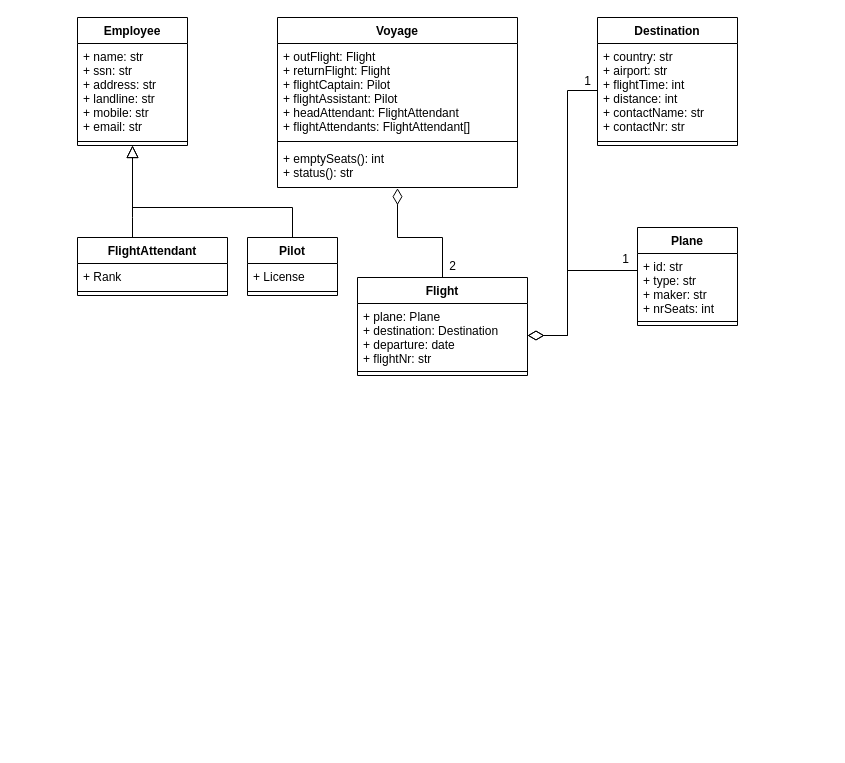
This is greining/klasarit/klasarit.drawio from ornstrange/VLN1, a draw.io file, before an edit. Source tidied: cells renumbered, new cells numbered last; positions are measured from the earlier drawing's top-left corner, leaving out a move shared by most shapes. Both pictures are drawn from the tidied source at 100%, with x=0, y=0 at pixel (77, 17).
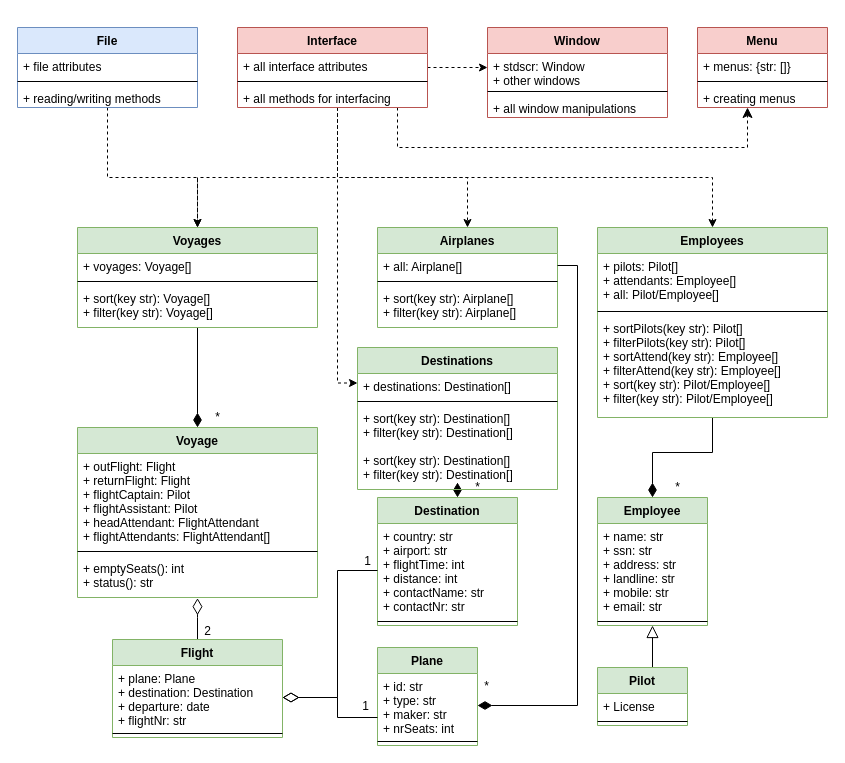
The same page after the edit.

The change refers to these unchanged cells:
```xml
<mxCell id="15" value="+ plane: Plane&#10;+ destination: Destination&#10;+ departure: date&#10;+ flightNr: str" style="text;strokeColor=none;fillColor=none;align=left;verticalAlign=top;spacingLeft=4;spacingRight=4;overflow=hidden;points=[[0,0.5],[1,0.5]];portConstraint=eastwest;" parent="14" vertex="1">
  <mxGeometry y="26" width="170" height="64" as="geometry" />
</mxCell>
<mxCell id="18" value="+ id: str&#10;+ type: str&#10;+ maker: str&#10;+ nrSeats: int" style="text;strokeColor=none;fillColor=none;align=left;verticalAlign=top;spacingLeft=4;spacingRight=4;overflow=hidden;points=[[0,0.5],[1,0.5]];portConstraint=eastwest;" parent="17" vertex="1">
  <mxGeometry y="26" width="100" height="64" as="geometry" />
</mxCell>
<mxCell id="21" value="+ country: str&#10;+ airport: str&#10;+ flightTime: int&#10;+ distance: int&#10;+ contactName: str&#10;+ contactNr: str" style="text;strokeColor=none;fillColor=none;align=left;verticalAlign=top;spacingLeft=4;spacingRight=4;overflow=hidden;points=[[0,0.5],[1,0.5]];portConstraint=eastwest;" parent="20" vertex="1">
  <mxGeometry y="26" width="140" height="94" as="geometry" />
</mxCell>
<mxCell id="31" value="+ emptySeats(): int&#10;+ status(): str" style="text;strokeColor=none;fillColor=none;align=left;verticalAlign=top;spacingLeft=4;spacingRight=4;overflow=hidden;points=[[0,0.5],[1,0.5]];portConstraint=eastwest;" parent="28" vertex="1">
  <mxGeometry y="128" width="240" height="42" as="geometry" />
</mxCell>
```

Change to the diagram source:
```diff
@@
-    <mxCell id="2" value="Employee" style="swimlane;fontStyle=1;align=center;verticalAlign=top;horizontal=1;startSize=26;" parent="1" vertex="1">
-      <mxGeometry width="110" height="128" as="geometry" />
+    <mxCell id="2" value="Employee" style="swimlane;fontStyle=1;align=center;verticalAlign=top;horizontal=1;startSize=26;fillColor=#d5e8d4;strokeColor=#82b366;swimlaneFillColor=none;shadow=0;comic=0;glass=0;rounded=0;" parent="1" vertex="1">
+      <mxGeometry x="520" y="480" width="110" height="128" as="geometry" />
     </mxCell>
@@
     <mxCell id="5" style="edgeStyle=orthogonalEdgeStyle;rounded=0;jettySize=auto;html=1;exitX=0.5;exitY=0;exitDx=0;exitDy=0;entryX=0.5;entryY=1;entryDx=0;entryDy=0;endArrow=block;endFill=0;endSize=10;" parent="1" edge="1" source="6" target="2">
       <mxGeometry relative="1" as="geometry">
         <Array as="points">
-          <mxPoint x="215" y="190" />
-          <mxPoint x="55" y="190" />
+          <mxPoint x="575" y="670" />
+          <mxPoint x="575" y="670" />
         </Array>
       </mxGeometry>
     </mxCell>
-    <mxCell id="6" value="Pilot" style="swimlane;fontStyle=1;align=center;verticalAlign=top;horizontal=1;startSize=26;" parent="1" vertex="1">
-      <mxGeometry x="170" y="220" width="90" height="58" as="geometry" />
+    <mxCell id="6" value="Pilot" style="swimlane;fontStyle=1;align=center;verticalAlign=top;horizontal=1;startSize=26;fillColor=#d5e8d4;strokeColor=#82b366;swimlaneFillColor=none;shadow=0;comic=0;glass=0;rounded=0;" parent="1" vertex="1">
+      <mxGeometry x="520" y="650" width="90" height="58" as="geometry" />
     </mxCell>
@@
-    <mxCell id="9" style="edgeStyle=orthogonalEdgeStyle;rounded=0;jettySize=auto;html=1;entryX=0.5;entryY=1;entryDx=0;entryDy=0;endArrow=block;endFill=0;endSize=10;" parent="1" edge="1" source="10" target="2">
-      <mxGeometry relative="1" as="geometry">
-        <Array as="points">
-          <mxPoint x="55" y="200" />
-          <mxPoint x="55" y="200" />
-        </Array>
-      </mxGeometry>
-    </mxCell>
-    <mxCell id="10" value="FlightAttendant" style="swimlane;fontStyle=1;align=center;verticalAlign=top;horizontal=1;startSize=26;" parent="1" vertex="1">
-      <mxGeometry y="220" width="150" height="58" as="geometry" />
-    </mxCell>
-    <mxCell id="11" value="+ Rank" style="text;strokeColor=none;fillColor=none;align=left;verticalAlign=top;spacingLeft=4;spacingRight=4;overflow=hidden;" parent="10" vertex="1">
-      <mxGeometry y="26" width="150" height="24" as="geometry" />
-    </mxCell>
-    <mxCell id="12" style="line;strokeWidth=1;fillColor=none;align=left;verticalAlign=middle;spacingTop=-1;spacingLeft=3;spacingRight=3;labelPosition=right;" parent="10" vertex="1">
-      <mxGeometry y="50" width="150" height="8" as="geometry" />
-    </mxCell>
     <mxCell id="13" style="edgeStyle=orthogonalEdgeStyle;rounded=0;jettySize=auto;html=1;entryX=0.5;entryY=1.016;entryDx=0;entryDy=0;endArrow=diamondThin;endFill=0;endSize=14;entryPerimeter=0;" parent="1" edge="1" source="14" target="31">
-      <mxGeometry relative="1" as="geometry" />
+      <mxGeometry relative="1" as="geometry">
+        <Array as="points">
+          <mxPoint x="120" y="600" />
+          <mxPoint x="120" y="600" />
+        </Array>
+      </mxGeometry>
     </mxCell>
-    <mxCell id="14" value="Flight" style="swimlane;fontStyle=1;align=center;verticalAlign=top;horizontal=1;startSize=26;" parent="1" vertex="1">
-      <mxGeometry x="280" y="260" width="170" height="98" as="geometry" />
+    <mxCell id="14" value="Flight" style="swimlane;fontStyle=1;align=center;verticalAlign=top;horizontal=1;startSize=26;fillColor=#d5e8d4;strokeColor=#82b366;swimlaneFillColor=none;shadow=0;comic=0;glass=0;rounded=0;" parent="1" vertex="1">
+      <mxGeometry x="35" y="622" width="170" height="98" as="geometry" />
     </mxCell>
@@
-    <mxCell id="17" value="Plane" style="swimlane;fontStyle=1;align=center;verticalAlign=top;horizontal=1;startSize=26;" parent="1" vertex="1">
-      <mxGeometry x="560" y="210" width="100" height="98" as="geometry" />
+    <mxCell id="17" value="Plane" style="swimlane;fontStyle=1;align=center;verticalAlign=top;horizontal=1;startSize=26;fillColor=#d5e8d4;strokeColor=#82b366;swimlaneFillColor=none;shadow=0;comic=0;glass=0;rounded=0;" parent="1" vertex="1">
+      <mxGeometry x="300" y="630" width="100" height="98" as="geometry" />
     </mxCell>
@@
-    <mxCell id="20" value="Destination" style="swimlane;fontStyle=1;align=center;verticalAlign=top;horizontal=1;startSize=26;" parent="1" vertex="1">
-      <mxGeometry x="520" width="140" height="128" as="geometry" />
+    <mxCell id="20" value="Destination" style="swimlane;fontStyle=1;align=center;verticalAlign=top;horizontal=1;startSize=26;fillColor=#d5e8d4;strokeColor=#82b366;swimlaneFillColor=none;shadow=0;comic=0;glass=0;rounded=0;" parent="1" vertex="1">
+      <mxGeometry x="300" y="480" width="140" height="128" as="geometry" />
     </mxCell>
@@
-    <mxCell id="23" style="edgeStyle=orthogonalEdgeStyle;rounded=0;jettySize=auto;html=1;endArrow=diamondThin;endFill=0;endSize=14;" parent="1" edge="1" source="21">
+    <mxCell id="23" style="edgeStyle=orthogonalEdgeStyle;rounded=0;jettySize=auto;html=1;endArrow=diamondThin;endFill=0;endSize=14;entryX=1;entryY=0.5;entryDx=0;entryDy=0;" parent="1" edge="1" source="21" target="15">
       <mxGeometry relative="1" as="geometry">
-        <mxPoint x="450" y="318" as="targetPoint" />
         <Array as="points">
-          <mxPoint x="490" y="73" />
-          <mxPoint x="490" y="318" />
+          <mxPoint x="260" y="553" />
+          <mxPoint x="260" y="680" />
         </Array>
       </mxGeometry>
     </mxCell>
     <mxCell id="24" style="edgeStyle=orthogonalEdgeStyle;rounded=0;jettySize=auto;html=1;endArrow=diamondThin;endFill=0;endSize=14;entryX=1;entryY=0.5;entryDx=0;entryDy=0;" parent="1" edge="1" source="18" target="15">
       <mxGeometry relative="1" as="geometry">
         <Array as="points">
-          <mxPoint x="490" y="253" />
-          <mxPoint x="490" y="318" />
+          <mxPoint x="260" y="700" />
+          <mxPoint x="260" y="680" />
         </Array>
       </mxGeometry>
     </mxCell>
     <mxCell id="25" value="2" style="text;html=1;align=center;verticalAlign=middle;" parent="1" vertex="1">
-      <mxGeometry x="365" y="239" width="20" height="20" as="geometry" />
+      <mxGeometry x="120" y="604" width="20" height="20" as="geometry" />
     </mxCell>
     <mxCell id="26" value="1" style="text;html=1;align=center;verticalAlign=middle;" parent="1" vertex="1">
-      <mxGeometry x="538" y="232" width="20" height="20" as="geometry" />
+      <mxGeometry x="278" y="679" width="20" height="20" as="geometry" />
     </mxCell>
     <mxCell id="27" value="1" style="text;html=1;align=center;verticalAlign=middle;" parent="1" vertex="1">
-      <mxGeometry x="500" y="54" width="20" height="20" as="geometry" />
+      <mxGeometry x="280" y="534" width="20" height="20" as="geometry" />
     </mxCell>
-    <mxCell id="28" value="Voyage" style="swimlane;fontStyle=1;align=center;verticalAlign=top;horizontal=1;startSize=26;strokeColor=#000000;" parent="1" vertex="1">
-      <mxGeometry x="200" width="240" height="170" as="geometry" />
+    <mxCell id="28" value="Voyage" style="swimlane;fontStyle=1;align=center;verticalAlign=top;horizontal=1;startSize=26;strokeColor=#82b366;fillColor=#d5e8d4;swimlaneFillColor=none;shadow=0;comic=0;glass=0;rounded=0;" parent="1" vertex="1">
+      <mxGeometry y="410" width="240" height="170" as="geometry" />
     </mxCell>
@@
+    <mxCell id="32" style="edgeStyle=orthogonalEdgeStyle;rounded=0;jettySize=auto;html=1;endArrow=diamondThin;endFill=1;endSize=12;" parent="1" edge="1" source="33" target="28">
+      <mxGeometry relative="1" as="geometry">
+        <Array as="points">
+          <mxPoint x="120" y="565" />
+        </Array>
+      </mxGeometry>
+    </mxCell>
+    <mxCell id="33" value="Voyages" style="swimlane;fontStyle=1;align=center;verticalAlign=top;horizontal=1;startSize=26;strokeColor=#82b366;fillColor=#d5e8d4;swimlaneFillColor=none;shadow=0;comic=0;glass=0;rounded=0;" parent="1" vertex="1">
+      <mxGeometry y="210" width="240" height="100" as="geometry" />
+    </mxCell>
+    <mxCell id="34" value="+ voyages: Voyage[]" style="text;strokeColor=none;fillColor=none;align=left;verticalAlign=top;spacingLeft=4;spacingRight=4;overflow=hidden;" parent="33" vertex="1">
+      <mxGeometry y="26" width="240" height="24" as="geometry" />
+    </mxCell>
+    <mxCell id="35" style="line;strokeWidth=1;fillColor=none;align=left;verticalAlign=middle;spacingTop=-1;spacingLeft=3;spacingRight=3;labelPosition=right;" parent="33" vertex="1">
+      <mxGeometry y="50" width="240" height="8" as="geometry" />
+    </mxCell>
+    <mxCell id="36" value="+ sort(key str): Voyage[]&#10;+ filter(key str): Voyage[]" style="text;strokeColor=none;fillColor=none;align=left;verticalAlign=top;spacingLeft=4;spacingRight=4;overflow=hidden;" parent="33" vertex="1">
+      <mxGeometry y="58" width="240" height="42" as="geometry" />
+    </mxCell>
+    <mxCell id="37" style="edgeStyle=orthogonalEdgeStyle;rounded=0;jettySize=auto;html=1;endArrow=diamondThin;endFill=1;endSize=12;" parent="1" edge="1" source="38" target="20">
+      <mxGeometry relative="1" as="geometry">
+        <Array as="points">
+          <mxPoint x="370" y="430" />
+          <mxPoint x="370" y="430" />
+        </Array>
+      </mxGeometry>
+    </mxCell>
+    <mxCell id="38" value="Destinations" style="swimlane;fontStyle=1;align=center;verticalAlign=top;horizontal=1;startSize=26;strokeColor=#82b366;fillColor=#d5e8d4;swimlaneFillColor=none;shadow=0;comic=0;glass=0;rounded=0;" parent="1" vertex="1">
+      <mxGeometry x="280" y="330" width="200" height="142" as="geometry" />
+    </mxCell>
+    <mxCell id="39" value="+ destinations: Destination[]" style="text;strokeColor=none;fillColor=none;align=left;verticalAlign=top;spacingLeft=4;spacingRight=4;overflow=hidden;" parent="38" vertex="1">
+      <mxGeometry y="26" width="200" height="24" as="geometry" />
+    </mxCell>
+    <mxCell id="40" style="line;strokeWidth=1;fillColor=none;align=left;verticalAlign=middle;spacingTop=-1;spacingLeft=3;spacingRight=3;labelPosition=right;" parent="38" vertex="1">
+      <mxGeometry y="50" width="200" height="8" as="geometry" />
+    </mxCell>
+    <mxCell id="41" value="+ sort(key str): Destination[]&#10;+ filter(key str): Destination[]" style="text;strokeColor=none;fillColor=none;align=left;verticalAlign=top;spacingLeft=4;spacingRight=4;overflow=hidden;" parent="38" vertex="1">
+      <mxGeometry y="58" width="200" height="42" as="geometry" />
+    </mxCell>
+    <mxCell id="42" value="+ sort(key str): Destination[]&#10;+ filter(key str): Destination[]" style="text;strokeColor=none;fillColor=none;align=left;verticalAlign=top;spacingLeft=4;spacingRight=4;overflow=hidden;" parent="38" vertex="1">
+      <mxGeometry y="100" width="200" height="42" as="geometry" />
+    </mxCell>
+    <mxCell id="43" style="edgeStyle=orthogonalEdgeStyle;rounded=0;jettySize=auto;html=1;entryX=0.5;entryY=0;entryDx=0;entryDy=0;endArrow=diamondThin;endFill=1;endSize=12;" parent="1" edge="1" source="44" target="2">
+      <mxGeometry relative="1" as="geometry" />
+    </mxCell>
+    <mxCell id="44" value="Employees" style="swimlane;fontStyle=1;align=center;verticalAlign=top;horizontal=1;startSize=26;strokeColor=#82b366;fillColor=#d5e8d4;swimlaneFillColor=none;shadow=0;comic=0;glass=0;rounded=0;" parent="1" vertex="1">
+      <mxGeometry x="520" y="210" width="230" height="190" as="geometry" />
+    </mxCell>
+    <mxCell id="45" value="+ pilots: Pilot[]&#10;+ attendants: Employee[]&#10;+ all: Pilot/Employee[]" style="text;strokeColor=none;fillColor=none;align=left;verticalAlign=top;spacingLeft=4;spacingRight=4;overflow=hidden;" parent="44" vertex="1">
+      <mxGeometry y="26" width="230" height="54" as="geometry" />
+    </mxCell>
+    <mxCell id="46" style="line;strokeWidth=1;fillColor=none;align=left;verticalAlign=middle;spacingTop=-1;spacingLeft=3;spacingRight=3;labelPosition=right;" parent="44" vertex="1">
+      <mxGeometry y="80" width="230" height="8" as="geometry" />
+    </mxCell>
+    <mxCell id="47" value="+ sortPilots(key str): Pilot[]&#10;+ filterPilots(key str): Pilot[]&#10;+ sortAttend(key str): Employee[]&#10;+ filterAttend(key str): Employee[]&#10;+ sort(key str): Pilot/Employee[]&#10;+ filter(key str): Pilot/Employee[]" style="text;strokeColor=none;fillColor=none;align=left;verticalAlign=top;spacingLeft=4;spacingRight=4;overflow=hidden;" parent="44" vertex="1">
+      <mxGeometry y="88" width="230" height="102" as="geometry" />
+    </mxCell>
+    <mxCell id="48" value="Airplanes" style="swimlane;fontStyle=1;align=center;verticalAlign=top;horizontal=1;startSize=26;strokeColor=#82b366;fillColor=#d5e8d4;swimlaneFillColor=none;shadow=0;comic=0;glass=0;rounded=0;" parent="1" vertex="1">
+      <mxGeometry x="300" y="210" width="180" height="100" as="geometry" />
+    </mxCell>
+    <mxCell id="49" value="+ all: Airplane[]" style="text;strokeColor=none;fillColor=none;align=left;verticalAlign=top;spacingLeft=4;spacingRight=4;overflow=hidden;points=[[0,0.5],[1,0.5]];portConstraint=eastwest;" parent="48" vertex="1">
+      <mxGeometry y="26" width="180" height="24" as="geometry" />
+    </mxCell>
+    <mxCell id="50" style="line;strokeWidth=1;fillColor=none;align=left;verticalAlign=middle;spacingTop=-1;spacingLeft=3;spacingRight=3;labelPosition=right;" parent="48" vertex="1">
+      <mxGeometry y="50" width="180" height="8" as="geometry" />
+    </mxCell>
+    <mxCell id="51" value="+ sort(key str): Airplane[]&#10;+ filter(key str): Airplane[]" style="text;strokeColor=none;fillColor=none;align=left;verticalAlign=top;spacingLeft=4;spacingRight=4;overflow=hidden;" parent="48" vertex="1">
+      <mxGeometry y="58" width="180" height="42" as="geometry" />
+    </mxCell>
+    <mxCell id="52" style="edgeStyle=orthogonalEdgeStyle;rounded=0;jettySize=auto;html=1;entryX=0.5;entryY=0;entryDx=0;entryDy=0;dashed=1;" parent="1" edge="1" source="58" target="33">
+      <mxGeometry relative="1" as="geometry">
+        <Array as="points">
+          <mxPoint x="260" y="160" />
+          <mxPoint x="120" y="160" />
+        </Array>
+      </mxGeometry>
+    </mxCell>
+    <mxCell id="53" style="edgeStyle=orthogonalEdgeStyle;rounded=0;jettySize=auto;html=1;dashed=1;" parent="1" edge="1" source="58" target="48">
+      <mxGeometry relative="1" as="geometry">
+        <Array as="points">
+          <mxPoint x="260" y="160" />
+          <mxPoint x="390" y="160" />
+        </Array>
+      </mxGeometry>
+    </mxCell>
+    <mxCell id="54" style="edgeStyle=orthogonalEdgeStyle;rounded=0;jettySize=auto;html=1;entryX=0.5;entryY=0;entryDx=0;entryDy=0;dashed=1;" parent="1" edge="1" source="58" target="44">
+      <mxGeometry relative="1" as="geometry">
+        <Array as="points">
+          <mxPoint x="260" y="160" />
+          <mxPoint x="635" y="160" />
+        </Array>
+      </mxGeometry>
+    </mxCell>
+    <mxCell id="55" style="edgeStyle=orthogonalEdgeStyle;rounded=0;jettySize=auto;html=1;entryX=0;entryY=0.25;entryDx=0;entryDy=0;dashed=1;" parent="1" edge="1" source="58" target="38">
+      <mxGeometry relative="1" as="geometry">
+        <Array as="points">
+          <mxPoint x="260" y="366" />
+        </Array>
+      </mxGeometry>
+    </mxCell>
+    <mxCell id="56" style="edgeStyle=orthogonalEdgeStyle;rounded=0;jettySize=auto;html=1;endArrow=classic;endFill=1;endSize=6;dashed=1;" parent="1" edge="1" source="58" target="62">
+      <mxGeometry relative="1" as="geometry">
+        <Array as="points">
+          <mxPoint x="420" y="50" />
+          <mxPoint x="420" y="50" />
+        </Array>
+      </mxGeometry>
+    </mxCell>
+    <mxCell id="57" style="edgeStyle=orthogonalEdgeStyle;rounded=0;jettySize=auto;html=1;endArrow=classic;endFill=1;endSize=8;dashed=1;" parent="1" edge="1" source="58" target="66">
+      <mxGeometry relative="1" as="geometry">
+        <Array as="points">
+          <mxPoint x="320" y="130" />
+          <mxPoint x="670" y="130" />
+        </Array>
+      </mxGeometry>
+    </mxCell>
+    <mxCell id="58" value="Interface" style="swimlane;fontStyle=1;align=center;verticalAlign=top;horizontal=1;startSize=26;fillColor=#f8cecc;strokeColor=#b85450;" parent="1" vertex="1">
+      <mxGeometry x="160" y="10" width="190" height="80" as="geometry" />
+    </mxCell>
+    <mxCell id="59" value="+ all interface attributes" style="text;align=left;verticalAlign=top;spacingLeft=4;spacingRight=4;overflow=hidden;" parent="58" vertex="1">
+      <mxGeometry y="26" width="190" height="24" as="geometry" />
+    </mxCell>
+    <mxCell id="60" style="line;strokeWidth=1;align=left;verticalAlign=middle;spacingTop=-1;spacingLeft=3;spacingRight=3;labelPosition=right;" parent="58" vertex="1">
+      <mxGeometry y="50" width="190" height="8" as="geometry" />
+    </mxCell>
+    <mxCell id="61" value="+ all methods for interfacing" style="text;align=left;verticalAlign=top;spacingLeft=4;spacingRight=4;overflow=hidden;" parent="58" vertex="1">
+      <mxGeometry y="58" width="190" height="22" as="geometry" />
+    </mxCell>
+    <mxCell id="62" value="Window" style="swimlane;fontStyle=1;align=center;verticalAlign=top;horizontal=1;startSize=26;fillColor=#f8cecc;strokeColor=#b85450;" parent="1" vertex="1">
+      <mxGeometry x="410" y="10" width="180" height="90" as="geometry" />
+    </mxCell>
+    <mxCell id="63" value="+ stdscr: Window&#10;+ other windows" style="text;align=left;verticalAlign=top;spacingLeft=4;spacingRight=4;overflow=hidden;" parent="62" vertex="1">
+      <mxGeometry y="26" width="180" height="34" as="geometry" />
+    </mxCell>
+    <mxCell id="64" style="line;strokeWidth=1;align=left;verticalAlign=middle;spacingTop=-1;spacingLeft=3;spacingRight=3;labelPosition=right;" parent="62" vertex="1">
+      <mxGeometry y="60" width="180" height="8" as="geometry" />
+    </mxCell>
+    <mxCell id="65" value="+ all window manipulations" style="text;align=left;verticalAlign=top;spacingLeft=4;spacingRight=4;overflow=hidden;" parent="62" vertex="1">
+      <mxGeometry y="68" width="180" height="22" as="geometry" />
+    </mxCell>
+    <mxCell id="66" value="Menu" style="swimlane;fontStyle=1;align=center;verticalAlign=top;horizontal=1;startSize=26;fillColor=#f8cecc;strokeColor=#b85450;" parent="1" vertex="1">
+      <mxGeometry x="620" y="10" width="130" height="80" as="geometry" />
+    </mxCell>
+    <mxCell id="67" value="+ menus: {str: []}" style="text;align=left;verticalAlign=top;spacingLeft=4;spacingRight=4;overflow=hidden;" parent="66" vertex="1">
+      <mxGeometry y="26" width="130" height="24" as="geometry" />
+    </mxCell>
+    <mxCell id="68" style="line;strokeWidth=1;align=left;verticalAlign=middle;spacingTop=-1;spacingLeft=3;spacingRight=3;labelPosition=right;" parent="66" vertex="1">
+      <mxGeometry y="50" width="130" height="8" as="geometry" />
+    </mxCell>
+    <mxCell id="69" value="+ creating menus" style="text;align=left;verticalAlign=top;spacingLeft=4;spacingRight=4;overflow=hidden;" parent="66" vertex="1">
+      <mxGeometry y="58" width="130" height="22" as="geometry" />
+    </mxCell>
+    <mxCell id="70" value="*" style="text;html=1;align=center;verticalAlign=middle;" parent="1" vertex="1">
+      <mxGeometry x="130" y="390" width="20" height="20" as="geometry" />
+    </mxCell>
+    <mxCell id="71" value="*" style="text;html=1;align=center;verticalAlign=middle;" parent="1" vertex="1">
+      <mxGeometry x="390" y="460" width="20" height="20" as="geometry" />
+    </mxCell>
+    <mxCell id="72" value="*" style="text;html=1;align=center;verticalAlign=middle;" parent="1" vertex="1">
+      <mxGeometry x="590" y="460" width="20" height="20" as="geometry" />
+    </mxCell>
+    <mxCell id="73" style="edgeStyle=orthogonalEdgeStyle;rounded=0;jettySize=auto;html=1;entryX=1;entryY=0.5;entryDx=0;entryDy=0;endArrow=diamondThin;endFill=1;endSize=12;" parent="1" edge="1" source="49" target="18">
+      <mxGeometry relative="1" as="geometry">
+        <Array as="points">
+          <mxPoint x="500" y="248" />
+          <mxPoint x="500" y="688" />
+        </Array>
+      </mxGeometry>
+    </mxCell>
+    <mxCell id="74" value="*" style="text;html=1;align=center;verticalAlign=middle;" parent="1" vertex="1">
+      <mxGeometry x="399" y="659" width="20" height="20" as="geometry" />
+    </mxCell>
+    <mxCell id="75" style="edgeStyle=orthogonalEdgeStyle;rounded=0;jettySize=auto;html=1;dashed=1;endArrow=classic;endFill=1;endSize=6;" parent="1" edge="1" source="76" target="33">
+      <mxGeometry relative="1" as="geometry">
+        <Array as="points">
+          <mxPoint x="30" y="160" />
+          <mxPoint x="120" y="160" />
+        </Array>
+      </mxGeometry>
+    </mxCell>
+    <mxCell id="76" value="File" style="swimlane;fontStyle=1;align=center;verticalAlign=top;horizontal=1;startSize=26;fillColor=#dae8fc;strokeColor=#6c8ebf;" parent="1" vertex="1">
+      <mxGeometry x="-60" y="10" width="180" height="80" as="geometry" />
+    </mxCell>
+    <mxCell id="77" value="+ file attributes" style="text;align=left;verticalAlign=top;spacingLeft=4;spacingRight=4;overflow=hidden;" parent="76" vertex="1">
+      <mxGeometry y="26" width="180" height="24" as="geometry" />
+    </mxCell>
+    <mxCell id="78" style="line;strokeWidth=1;align=left;verticalAlign=middle;spacingTop=-1;spacingLeft=3;spacingRight=3;labelPosition=right;" parent="76" vertex="1">
+      <mxGeometry y="50" width="180" height="8" as="geometry" />
+    </mxCell>
+    <mxCell id="79" value="+ reading/writing methods" style="text;align=left;verticalAlign=top;spacingLeft=4;spacingRight=4;overflow=hidden;" parent="76" vertex="1">
+      <mxGeometry y="58" width="180" height="22" as="geometry" />
+    </mxCell>
```
